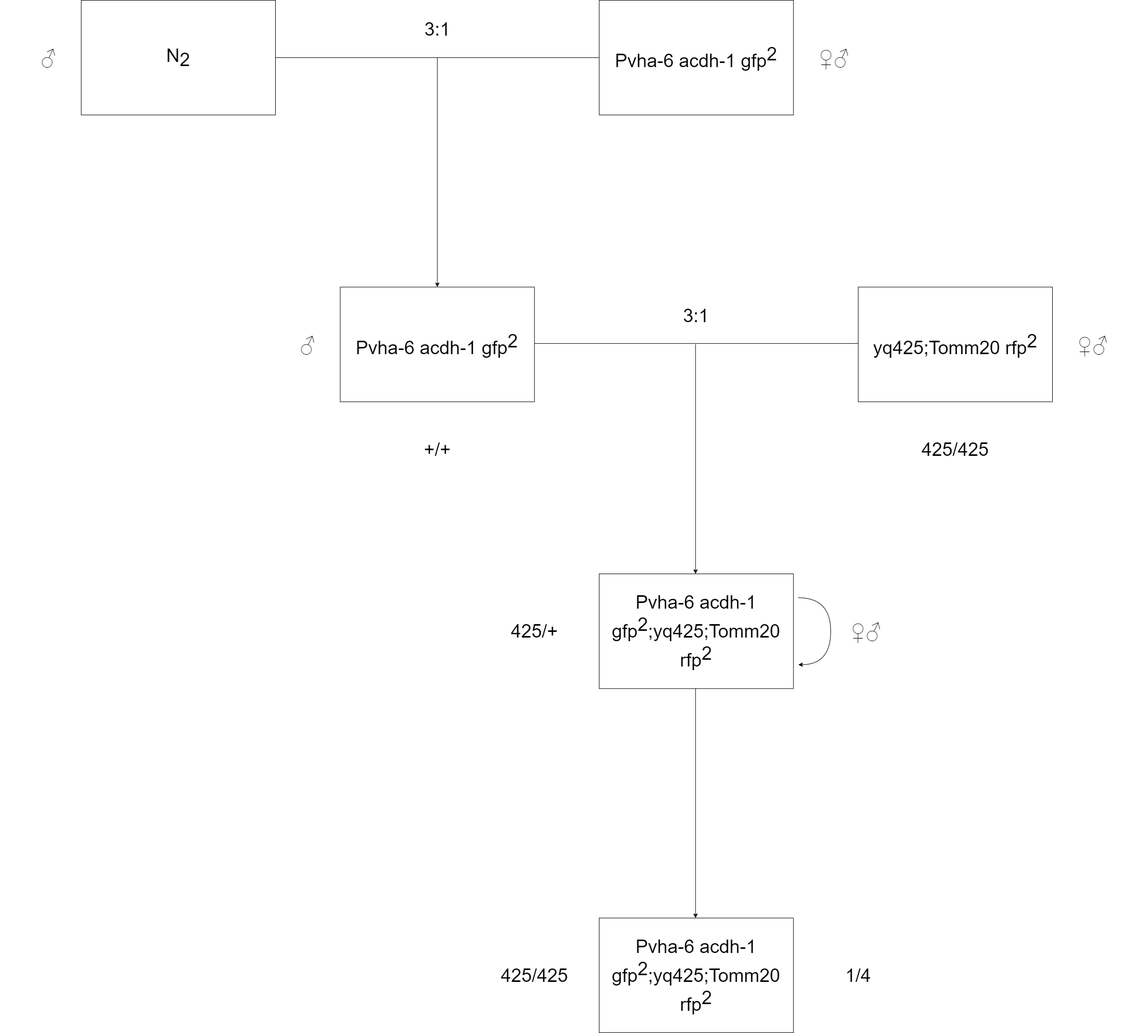
Above: docs/biology/note/cross.drawio.png in YangguangZhou/note (draw.io), before the change. Source tidied: cells renumbered, new cells last; positions are measured from the earlier drawing's top-left corner, leaving out a move shared by most shapes.
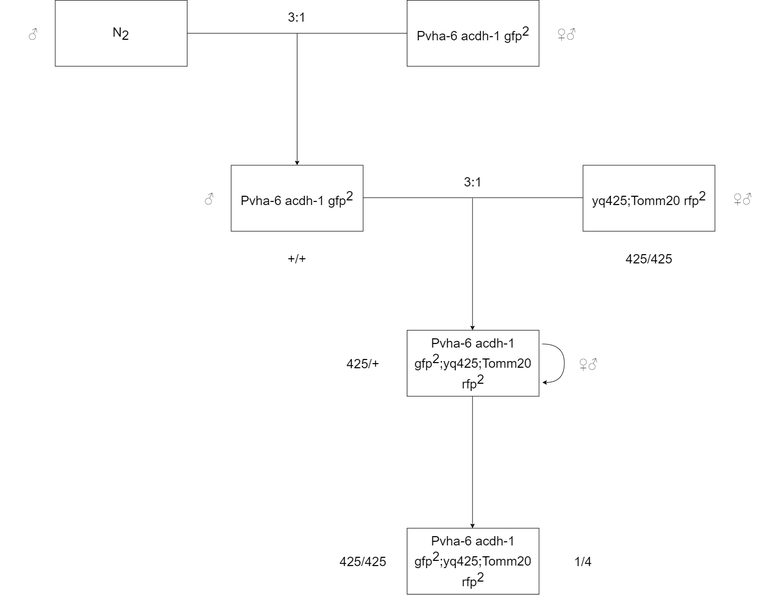
After the change.

What changed in the source:
```diff
@@ -2,100 +2,100 @@
   <root>
     <mxCell id="0" />
     <mxCell id="1" parent="0" />
-    <mxCell id="2" style="group;" parent="1" vertex="1">
-      <mxGeometry width="2210.5" height="2000" as="geometry" />
-    </mxCell>
+    <mxCell id="27" style="group;" parent="1" vertex="1">
+      <mxGeometry x="-39" y="50" width="1501.4" height="1150" as="geometry" />
+    </mxCell>
-    <mxCell id="3" value="N&lt;sub style=&quot;font-size: 36px;&quot;&gt;2&lt;/sub&gt;" style="rounded=0;whiteSpace=wrap;html=1;fillColor=none;strokeColor=#000000;fontColor=#000000;fontSize=36;" parent="2" vertex="1">
-      <mxGeometry x="156.8" width="376.3" height="222.2" as="geometry" />
+    <mxCell id="3" value="N&lt;sub style=&quot;font-size: 25px;&quot;&gt;2&lt;/sub&gt;" style="rounded=0;whiteSpace=wrap;html=1;fillColor=none;strokeColor=#000000;fontColor=#000000;fontSize=25;" parent="27" vertex="1">
+      <mxGeometry x="106.5" width="255.6" height="127.8" as="geometry" />
     </mxCell>
-    <mxCell id="4" value="Pvha-6 acdh-1 gfp&lt;sup style=&quot;font-size: 36px;&quot;&gt;2&lt;/sup&gt;" style="rounded=0;whiteSpace=wrap;html=1;fillColor=none;strokeColor=#000000;fontColor=#000000;fontSize=36;" parent="2" vertex="1">
-      <mxGeometry x="1160.1" width="376.3" height="222.2" as="geometry" />
+    <mxCell id="4" value="Pvha-6 acdh-1 gfp&lt;sup style=&quot;font-size: 25px;&quot;&gt;2&lt;/sup&gt;" style="rounded=0;whiteSpace=wrap;html=1;fillColor=none;strokeColor=#000000;fontColor=#000000;fontSize=25;" parent="27" vertex="1">
+      <mxGeometry x="788" width="255.6" height="127.8" as="geometry" />
     </mxCell>
-    <mxCell id="5" style="endArrow=none;html=1;entryX=0;entryY=0.5;entryDx=0;entryDy=0;exitX=1;exitY=0.5;exitDx=0;exitDy=0;fillColor=#f9f7ed;strokeColor=#000000;fontColor=#000000;fontSize=36;" parent="2" edge="1" source="3" target="4">
+    <mxCell id="5" style="endArrow=none;html=1;entryX=0;entryY=0.5;entryDx=0;entryDy=0;exitX=1;exitY=0.5;exitDx=0;exitDy=0;fillColor=#f9f7ed;strokeColor=#000000;fontColor=#000000;fontSize=25;" parent="27" edge="1" source="3" target="4">
       <mxGeometry relative="1" as="geometry" />
     </mxCell>
-    <mxCell id="6" style="endArrow=classic;html=1;fillColor=#f9f7ed;strokeColor=#000000;fontColor=#000000;fontSize=36;" parent="2" edge="1">
+    <mxCell id="6" style="endArrow=classic;html=1;fillColor=#f9f7ed;strokeColor=#000000;fontColor=#000000;fontSize=25;" parent="27" edge="1">
       <mxGeometry relative="1" as="geometry">
-        <mxPoint x="846.6" y="111.1" as="sourcePoint" />
-        <mxPoint x="846.6" y="555.6" as="targetPoint" />
+        <mxPoint x="575" y="63.9" as="sourcePoint" />
+        <mxPoint x="575" y="319.4" as="targetPoint" />
       </mxGeometry>
     </mxCell>
-    <mxCell id="7" value="&lt;span style=&quot;font-size: 36px;&quot;&gt;Pvha-6 acdh-1 gfp&lt;sup style=&quot;font-size: 36px;&quot;&gt;2&lt;/sup&gt;&lt;/span&gt;" style="rounded=0;whiteSpace=wrap;html=1;strokeColor=#000000;fontSize=36;fontColor=#000000;fillColor=none;" parent="2" vertex="1">
-      <mxGeometry x="658.5" y="555.6" width="376.3" height="222.2" as="geometry" />
+    <mxCell id="7" value="&lt;span style=&quot;font-size: 25px;&quot;&gt;Pvha-6 acdh-1 gfp&lt;sup style=&quot;font-size: 25px;&quot;&gt;2&lt;/sup&gt;&lt;/span&gt;" style="rounded=0;whiteSpace=wrap;html=1;strokeColor=#000000;fontSize=25;fontColor=#000000;fillColor=none;" parent="27" vertex="1">
+      <mxGeometry x="447.2" y="319.4" width="255.6" height="127.8" as="geometry" />
     </mxCell>
-    <mxCell id="8" value="yq425;Tomm20 rfp&lt;sup style=&quot;font-size: 36px;&quot;&gt;2&lt;/sup&gt;" style="rounded=0;whiteSpace=wrap;html=1;strokeColor=#000000;fontSize=36;fontColor=#000000;fillColor=none;" parent="2" vertex="1">
-      <mxGeometry x="1661.8" y="555.6" width="376.3" height="222.2" as="geometry" />
+    <mxCell id="8" value="yq425;Tomm20 rfp&lt;sup style=&quot;font-size: 25px;&quot;&gt;2&lt;/sup&gt;" style="rounded=0;whiteSpace=wrap;html=1;strokeColor=#000000;fontSize=25;fontColor=#000000;fillColor=none;" parent="27" vertex="1">
+      <mxGeometry x="1128.7" y="319.4" width="255.6" height="127.8" as="geometry" />
     </mxCell>
-    <mxCell id="9" style="endArrow=none;html=1;entryX=0;entryY=0.5;entryDx=0;entryDy=0;exitX=1;exitY=0.5;exitDx=0;exitDy=0;fillColor=#f9f7ed;strokeColor=#000000;fontColor=#000000;fontSize=36;" parent="2" edge="1">
+    <mxCell id="9" style="endArrow=none;html=1;entryX=0;entryY=0.5;entryDx=0;entryDy=0;exitX=1;exitY=0.5;exitDx=0;exitDy=0;fillColor=#f9f7ed;strokeColor=#000000;fontColor=#000000;fontSize=25;" parent="27" edge="1">
       <mxGeometry relative="1" as="geometry">
-        <mxPoint x="1034.7" y="664.8" as="sourcePoint" />
-        <mxPoint x="1661.8" y="664.8" as="targetPoint" />
+        <mxPoint x="702.8" y="382.3" as="sourcePoint" />
+        <mxPoint x="1128.7" y="382.3" as="targetPoint" />
       </mxGeometry>
     </mxCell>
-    <mxCell id="10" style="endArrow=classic;html=1;fillColor=#f9f7ed;strokeColor=#000000;fontColor=#000000;fontSize=36;" parent="2" edge="1">
+    <mxCell id="10" style="endArrow=classic;html=1;fillColor=#f9f7ed;strokeColor=#000000;fontColor=#000000;fontSize=25;" parent="27" edge="1">
       <mxGeometry relative="1" as="geometry">
-        <mxPoint x="1346.7" y="666.7" as="sourcePoint" />
-        <mxPoint x="1346.7" y="1111.1" as="targetPoint" />
+        <mxPoint x="914.7" y="383.3" as="sourcePoint" />
+        <mxPoint x="914.7" y="638.9" as="targetPoint" />
       </mxGeometry>
     </mxCell>
-    <mxCell id="11" value="Pvha-6 acdh-1 gfp&lt;sup style=&quot;font-size: 36px;&quot;&gt;2&lt;/sup&gt;;yq425;Tomm20 rfp&lt;sup style=&quot;font-size: 36px;&quot;&gt;2&lt;/sup&gt;" style="rounded=0;whiteSpace=wrap;html=1;strokeColor=#000000;fontSize=36;fontColor=#000000;fillColor=none;" parent="2" vertex="1">
-      <mxGeometry x="1160.1" y="1111.1" width="376.3" height="222.2" as="geometry" />
+    <mxCell id="11" value="Pvha-6 acdh-1 gfp&lt;sup style=&quot;font-size: 25px;&quot;&gt;2&lt;/sup&gt;;yq425;Tomm20 rfp&lt;sup style=&quot;font-size: 25px;&quot;&gt;2&lt;/sup&gt;" style="rounded=0;whiteSpace=wrap;html=1;strokeColor=#000000;fontSize=25;fontColor=#000000;fillColor=none;" parent="27" vertex="1">
+      <mxGeometry x="788" y="638.9" width="255.6" height="127.8" as="geometry" />
     </mxCell>
-    <mxCell id="12" value="1/4" style="text;html=1;strokeColor=none;fillColor=none;align=center;verticalAlign=middle;whiteSpace=wrap;rounded=0;fontSize=36;fontColor=#000000;" parent="2" vertex="1">
-      <mxGeometry x="1567.8" y="1833.3" width="188.1" height="111.1" as="geometry" />
+    <mxCell id="12" value="1/4" style="text;html=1;strokeColor=none;fillColor=none;align=center;verticalAlign=middle;whiteSpace=wrap;rounded=0;fontSize=25;fontColor=#000000;" parent="27" vertex="1">
+      <mxGeometry x="1064.8" y="1054.2" width="127.8" height="63.9" as="geometry" />
     </mxCell>
-    <mxCell id="13" style="curved=1;endArrow=classic;html=1;strokeColor=#000000;fontSize=36;fontColor=#000000;labelBorderColor=default;" parent="2" edge="1">
+    <mxCell id="13" style="curved=1;endArrow=classic;html=1;strokeColor=#000000;fontSize=25;fontColor=#000000;labelBorderColor=default;" parent="27" edge="1">
       <mxGeometry relative="1" as="geometry">
-        <mxPoint x="1545.8" y="1157.4" as="sourcePoint" />
-        <mxPoint x="1545.8" y="1287" as="targetPoint" />
+        <mxPoint x="1049.9" y="665.5" as="sourcePoint" />
+        <mxPoint x="1049.9" y="740" as="targetPoint" />
         <Array as="points">
-          <mxPoint x="1608.5" y="1157.4" />
-          <mxPoint x="1608.5" y="1287" />
-          <mxPoint x="1545.8" y="1287" />
+          <mxPoint x="1092.5" y="665.5" />
+          <mxPoint x="1092.5" y="740" />
+          <mxPoint x="1049.9" y="740" />
         </Array>
       </mxGeometry>
     </mxCell>
-    <mxCell id="14" value="+/+" style="text;html=1;strokeColor=none;fillColor=none;align=center;verticalAlign=middle;whiteSpace=wrap;rounded=0;fontSize=36;fontColor=#000000;" parent="2" vertex="1">
-      <mxGeometry x="752.5" y="814.8" width="188.1" height="111.1" as="geometry" />
+    <mxCell id="14" value="+/+" style="text;html=1;strokeColor=none;fillColor=none;align=center;verticalAlign=middle;whiteSpace=wrap;rounded=0;fontSize=25;fontColor=#000000;" parent="27" vertex="1">
+      <mxGeometry x="511.1" y="468.5" width="127.8" height="63.9" as="geometry" />
     </mxCell>
-    <mxCell id="15" value="425/425" style="text;html=1;strokeColor=none;fillColor=none;align=center;verticalAlign=middle;whiteSpace=wrap;rounded=0;fontSize=36;fontColor=#000000;" parent="2" vertex="1">
-      <mxGeometry x="1755.9" y="814.8" width="188.1" height="111.1" as="geometry" />
+    <mxCell id="15" value="425/425" style="text;html=1;strokeColor=none;fillColor=none;align=center;verticalAlign=middle;whiteSpace=wrap;rounded=0;fontSize=25;fontColor=#000000;" parent="27" vertex="1">
+      <mxGeometry x="1192.6" y="468.5" width="127.8" height="63.9" as="geometry" />
     </mxCell>
-    <mxCell id="16" value="425/+" style="text;html=1;strokeColor=none;fillColor=none;align=center;verticalAlign=middle;whiteSpace=wrap;rounded=0;fontSize=36;fontColor=#000000;" parent="2" vertex="1">
-      <mxGeometry x="940.7" y="1166.7" width="188.1" height="111.1" as="geometry" />
+    <mxCell id="16" value="425/+" style="text;html=1;strokeColor=none;fillColor=none;align=center;verticalAlign=middle;whiteSpace=wrap;rounded=0;fontSize=25;fontColor=#000000;" parent="27" vertex="1">
+      <mxGeometry x="638.9" y="670.8" width="127.8" height="63.9" as="geometry" />
     </mxCell>
-    <mxCell id="17" style="endArrow=classic;html=1;fillColor=#f9f7ed;strokeColor=#000000;fontColor=#000000;fontSize=36;" parent="2" edge="1">
+    <mxCell id="17" style="endArrow=classic;html=1;fillColor=#f9f7ed;strokeColor=#000000;fontColor=#000000;fontSize=25;" parent="27" edge="1">
       <mxGeometry relative="1" as="geometry">
-        <mxPoint x="1346.7" y="1333.3" as="sourcePoint" />
-        <mxPoint x="1346.7" y="1777.8" as="targetPoint" />
+        <mxPoint x="914.7" y="766.7" as="sourcePoint" />
+        <mxPoint x="914.7" y="1022.2" as="targetPoint" />
       </mxGeometry>
     </mxCell>
-    <mxCell id="18" value="Pvha-6 acdh-1 gfp&lt;sup style=&quot;font-size: 36px;&quot;&gt;2&lt;/sup&gt;;yq425;Tomm20 rfp&lt;sup style=&quot;font-size: 36px;&quot;&gt;2&lt;/sup&gt;" style="rounded=0;whiteSpace=wrap;html=1;strokeColor=#000000;fontSize=36;fontColor=#000000;fillColor=none;" parent="2" vertex="1">
-      <mxGeometry x="1160.1" y="1777.8" width="376.3" height="222.2" as="geometry" />
+    <mxCell id="18" value="Pvha-6 acdh-1 gfp&lt;sup style=&quot;font-size: 25px;&quot;&gt;2&lt;/sup&gt;;yq425;Tomm20 rfp&lt;sup style=&quot;font-size: 25px;&quot;&gt;2&lt;/sup&gt;" style="rounded=0;whiteSpace=wrap;html=1;strokeColor=#000000;fontSize=25;fontColor=#000000;fillColor=none;" parent="27" vertex="1">
+      <mxGeometry x="788" y="1022.2" width="255.6" height="127.8" as="geometry" />
     </mxCell>
-    <mxCell id="19" value="425/425" style="text;html=1;strokeColor=none;fillColor=none;align=center;verticalAlign=middle;whiteSpace=wrap;rounded=0;fontSize=36;fontColor=#000000;" parent="2" vertex="1">
-      <mxGeometry x="940.7" y="1833.3" width="188.1" height="111.1" as="geometry" />
+    <mxCell id="19" value="425/425" style="text;html=1;strokeColor=none;fillColor=none;align=center;verticalAlign=middle;whiteSpace=wrap;rounded=0;fontSize=25;fontColor=#000000;" parent="27" vertex="1">
+      <mxGeometry x="638.9" y="1054.2" width="127.8" height="63.9" as="geometry" />
     </mxCell>
-    <mxCell id="20" value="♂" style="text;html=1;strokeColor=none;fillColor=none;align=center;verticalAlign=middle;whiteSpace=wrap;rounded=0;fontSize=40;fontColor=#000000;" parent="2" vertex="1">
-      <mxGeometry y="55.6" width="188.1" height="111.1" as="geometry" />
+    <mxCell id="20" value="♂" style="text;html=1;strokeColor=none;fillColor=none;align=center;verticalAlign=middle;whiteSpace=wrap;rounded=0;fontSize=25;fontColor=#000000;" parent="27" vertex="1">
+      <mxGeometry y="31.9" width="127.8" height="63.9" as="geometry" />
     </mxCell>
-    <mxCell id="21" value="♂" style="text;html=1;strokeColor=none;fillColor=none;align=center;verticalAlign=middle;whiteSpace=wrap;rounded=0;fontSize=40;fontColor=#000000;fontStyle=0;fontFamily=Helvetica;" parent="2" vertex="1">
-      <mxGeometry x="501.7" y="611.1" width="188.1" height="111.1" as="geometry" />
+    <mxCell id="21" value="♂" style="text;html=1;strokeColor=none;fillColor=none;align=center;verticalAlign=middle;whiteSpace=wrap;rounded=0;fontSize=25;fontColor=#000000;fontStyle=0;fontFamily=Helvetica;" parent="27" vertex="1">
+      <mxGeometry x="340.7" y="351.4" width="127.8" height="63.9" as="geometry" />
     </mxCell>
-    <mxCell id="22" value="&lt;font style=&quot;font-size: 40px;&quot;&gt;♀♂&lt;/font&gt;" style="text;html=1;strokeColor=none;fillColor=none;align=center;verticalAlign=middle;whiteSpace=wrap;rounded=0;fontSize=36;fontColor=#000000;" parent="2" vertex="1">
-      <mxGeometry x="1520.7" y="55.6" width="188.1" height="111.1" as="geometry" />
+    <mxCell id="22" value="♀♂" style="text;html=1;strokeColor=none;fillColor=none;align=center;verticalAlign=middle;whiteSpace=wrap;rounded=0;fontSize=25;fontColor=#000000;" parent="27" vertex="1">
+      <mxGeometry x="1032.9" y="31.9" width="127.8" height="63.9" as="geometry" />
     </mxCell>
-    <mxCell id="23" value="♀♂" style="text;html=1;strokeColor=none;fillColor=none;align=center;verticalAlign=middle;whiteSpace=wrap;rounded=0;fontSize=40;fontColor=#000000;" parent="2" vertex="1">
-      <mxGeometry x="2022.4" y="611.1" width="188.1" height="111.1" as="geometry" />
+    <mxCell id="23" value="♀♂" style="text;html=1;strokeColor=none;fillColor=none;align=center;verticalAlign=middle;whiteSpace=wrap;rounded=0;fontSize=25;fontColor=#000000;" parent="27" vertex="1">
+      <mxGeometry x="1373.6" y="351.4" width="127.8" height="63.9" as="geometry" />
     </mxCell>
-    <mxCell id="24" value="♀♂" style="text;html=1;strokeColor=none;fillColor=none;align=center;verticalAlign=middle;whiteSpace=wrap;rounded=0;fontSize=40;fontColor=#000000;" parent="2" vertex="1">
-      <mxGeometry x="1583.4" y="1166.7" width="188.1" height="111.1" as="geometry" />
+    <mxCell id="24" value="♀♂" style="text;html=1;strokeColor=none;fillColor=none;align=center;verticalAlign=middle;whiteSpace=wrap;rounded=0;fontSize=25;fontColor=#000000;" parent="27" vertex="1">
+      <mxGeometry x="1075.5" y="670.8" width="127.8" height="63.9" as="geometry" />
     </mxCell>
-    <mxCell id="25" value="3:1" style="text;html=1;strokeColor=none;fillColor=none;align=center;verticalAlign=middle;whiteSpace=wrap;rounded=0;fontSize=36;fontColor=#000000;" parent="2" vertex="1">
-      <mxGeometry x="752.5" width="188.1" height="111.1" as="geometry" />
+    <mxCell id="25" value="3:1" style="text;html=1;strokeColor=none;fillColor=none;align=center;verticalAlign=middle;whiteSpace=wrap;rounded=0;fontSize=25;fontColor=#000000;" parent="27" vertex="1">
+      <mxGeometry x="511.1" width="127.8" height="63.9" as="geometry" />
     </mxCell>
-    <mxCell id="26" value="3:1" style="text;html=1;strokeColor=none;fillColor=none;align=center;verticalAlign=middle;whiteSpace=wrap;rounded=0;fontSize=36;fontColor=#000000;" parent="2" vertex="1">
-      <mxGeometry x="1254.2" y="555.6" width="188.1" height="111.1" as="geometry" />
+    <mxCell id="26" value="3:1" style="text;html=1;strokeColor=none;fillColor=none;align=center;verticalAlign=middle;whiteSpace=wrap;rounded=0;fontSize=25;fontColor=#000000;" parent="27" vertex="1">
+      <mxGeometry x="851.9" y="319.4" width="127.8" height="63.9" as="geometry" />
     </mxCell>
   </root>
 </mxGraphModel>
```
